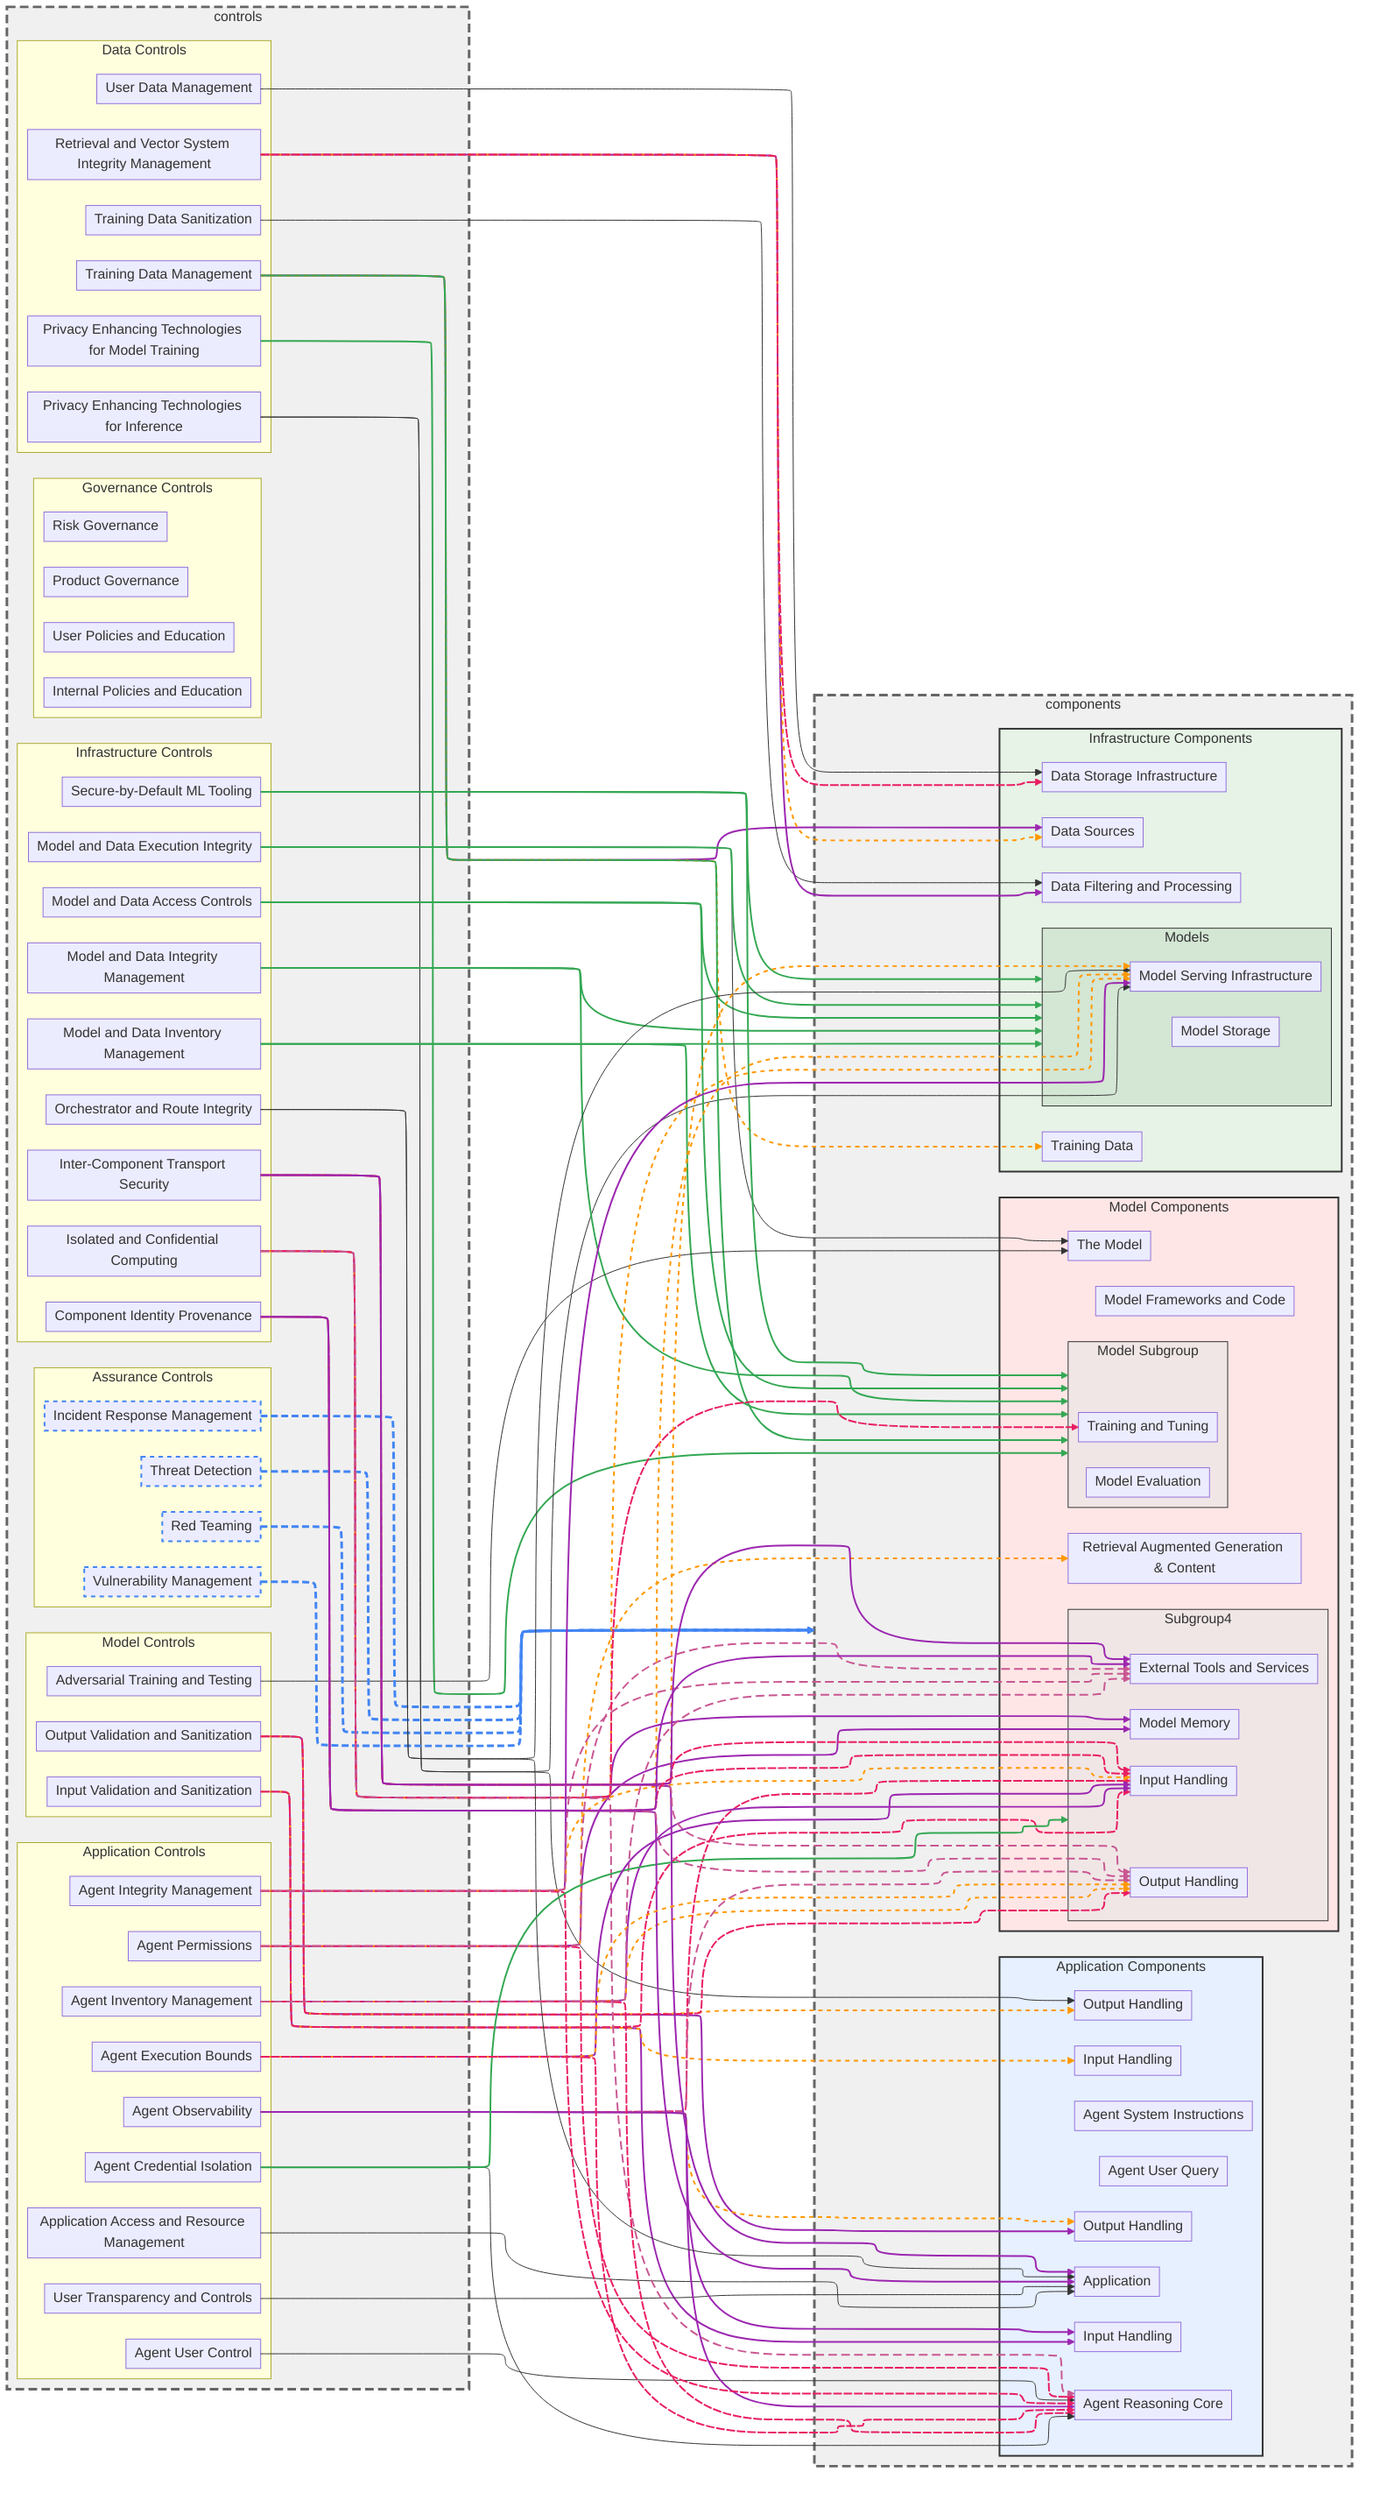
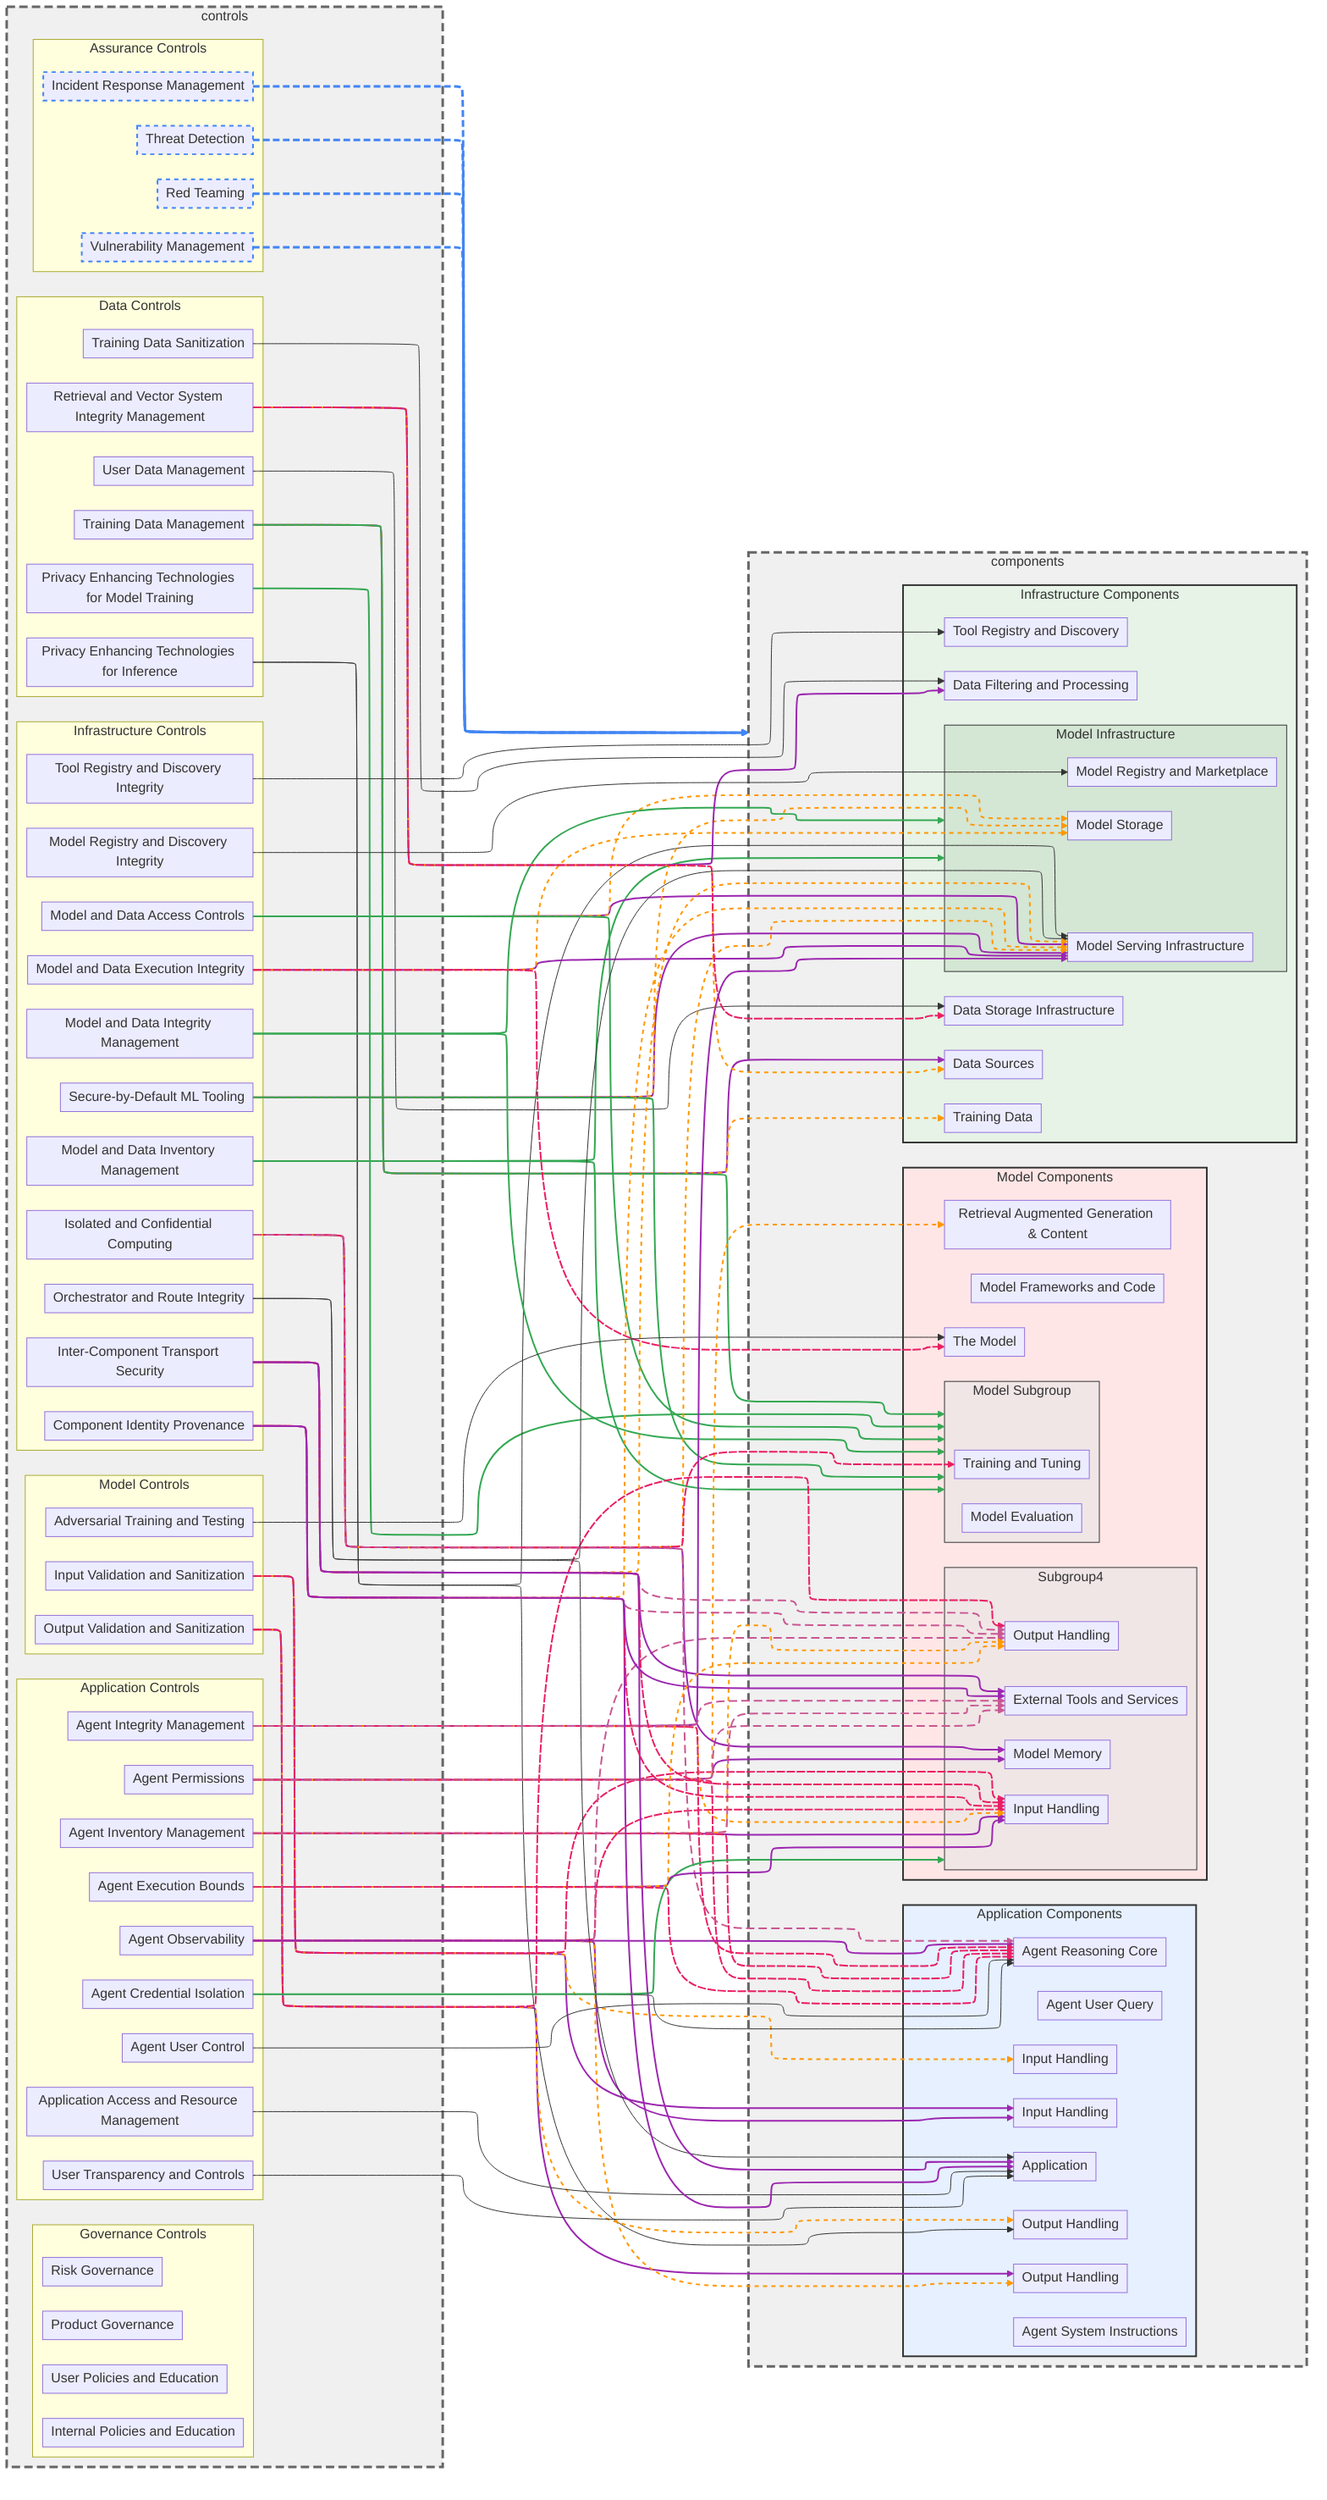
---
config:
  layout: elk
  elk:
    mergeEdges: True
    nodePlacementStrategy: NETWORK_SIMPLEX
---

graph LR
   %%{init: {'flowchart': {'nodeSpacing': 25, 'rankSpacing': 150, 'padding': 5, 'wrappingWidth': 250}}}%%
    classDef hidden display: none;
    classDef allControl stroke:#4285f4,stroke-width:2px,stroke-dasharray: 5 5

    subgraph controls
    subgraph controlsData ["Data Controls"]
        controlModelPrivacyEnhancingTechnologies[Privacy Enhancing Technologies for Model Training]
        controlRetrievalAndVectorSystemIntegrity[Retrieval and Vector System Integrity Management]
        controlRuntimePrivacyEnhancingTechnologies[Privacy Enhancing Technologies for Inference]
        controlTrainingDataManagement[Training Data Management]
        controlTrainingDataSanitization[Training Data Sanitization]
        controlUserDataManagement[User Data Management]
    end

    subgraph controlsInfrastructure ["Infrastructure Controls"]
        controlComponentIdentityProvenance[Component Identity Provenance]
        controlInterComponentTransportSecurity[Inter-Component Transport Security]
        controlIsolatedConfidentialComputing[Isolated and Confidential Computing]
        controlModelAndDataAccessControls[Model and Data Access Controls]
        controlModelAndDataExecutionIntegrity[Model and Data Execution Integrity]
        controlModelAndDataIntegrityManagement[Model and Data Integrity Management]
        controlModelAndDataInventoryManagement[Model and Data Inventory Management]
+         controlModelRegistryIntegrity[Model Registry and Discovery Integrity]
        controlOrchestratorAndRouteIntegrity[Orchestrator and Route Integrity]
        controlSecureByDefaultMLTooling[Secure-by-Default ML Tooling]
+         controlToolRegistryandDiscoveryIntegrity[Tool Registry and Discovery Integrity]
    end

    subgraph controlsModel ["Model Controls"]
        controlAdversarialTrainingAndTesting[Adversarial Training and Testing]
        controlInputValidationAndSanitization[Input Validation and Sanitization]
        controlOutputValidationAndSanitization[Output Validation and Sanitization]
    end

    subgraph controlsApplication ["Application Controls"]
        controlAgentCredentialIsolation[Agent Credential Isolation]
        controlAgentExecutionBounds[Agent Execution Bounds]
        controlAgentIntegrityManagement[Agent Integrity Management]
        controlAgentInventoryManagement[Agent Inventory Management]
        controlAgentObservability[Agent Observability]
        controlAgentPluginPermissions[Agent Permissions]
        controlAgentPluginUserControl[Agent User Control]
        controlApplicationAccessManagement[Application Access and Resource Management]
        controlUserTransparencyAndControls[User Transparency and Controls]
    end

    subgraph controlsAssurance ["Assurance Controls"]
        controlIncidentResponseManagement[Incident Response Management]
        controlRedTeaming[Red Teaming]
        controlThreatDetection[Threat Detection]
        controlVulnerabilityManagement[Vulnerability Management]
    end

    subgraph controlsGovernance ["Governance Controls"]
        direction LR
        controlInternalPoliciesAndEducation[Internal Policies and Education]
        controlProductGovernance[Product Governance]
        controlRiskGovernance[Risk Governance]
        controlUserPoliciesAndEducation[User Policies and Education]
    end

    end

    subgraph components
    subgraph componentsInfrastructure ["Infrastructure Components"]
        componentDataFilteringAndProcessing[Data Filtering and Processing]
        componentDataSources[Data Sources]
        componentDataStorage[Data Storage Infrastructure]
+         componentToolRegistry[Tool Registry and Discovery]
        componentTrainingData[Training Data]
-         subgraph componentsModels ["Models"]
+         subgraph componentsModelInfrastructure ["Model Infrastructure"]
+             componentModelRegistry[Model Registry and Marketplace]
            componentModelServing[Model Serving Infrastructure]
            componentModelStorage[Model Storage]
        end
    end

    subgraph componentsModel ["Model Components"]
        componentModelFrameworksAndCode[Model Frameworks and Code]
        componentRAGContent[Retrieval Augmented Generation & Content]
        componentTheModel[The Model]
        subgraph componentsModelSubgroup ["Model Subgroup"]
            componentModelEvaluation[Model Evaluation]
            componentModelTrainingTuning[Training and Tuning]
        end
        subgraph componentsSubgroup4 ["Subgroup4"]
            componentMemory[Model Memory]
            componentOrchestrationInputHandling[Input Handling]
            componentOrchestrationOutputHandling[Output Handling]
            componentTools[External Tools and Services]
        end
    end

    subgraph componentsApplication ["Application Components"]
        componentAgentInputHandling[Input Handling]
        componentAgentOutputHandling[Output Handling]
        componentAgentSystemInstruction[Agent System Instructions]
        componentAgentUserQuery[Agent User Query]
        componentApplication[Application]
        componentApplicationInputHandling[Input Handling]
        componentApplicationOutputHandling[Output Handling]
        componentReasoningCore[Agent Reasoning Core]
    end

    end

    %% Control to Component relationships
    controlModelPrivacyEnhancingTechnologies --> componentsModelSubgroup
    controlRuntimePrivacyEnhancingTechnologies --> componentApplicationOutputHandling
    controlRuntimePrivacyEnhancingTechnologies --> componentModelServing
    controlTrainingDataManagement --> componentDataSources
    controlTrainingDataManagement --> componentTrainingData
    controlTrainingDataManagement --> componentsModelSubgroup
    controlTrainingDataSanitization --> componentDataFilteringAndProcessing
    controlUserDataManagement --> componentDataStorage
+     controlModelAndDataInventoryManagement --> componentsModelInfrastructure
    controlModelAndDataInventoryManagement --> componentsModelSubgroup
-     controlModelAndDataInventoryManagement --> componentsModels
+     controlModelAndDataAccessControls --> componentModelServing
+     controlModelAndDataAccessControls --> componentModelStorage
    controlModelAndDataAccessControls --> componentsModelSubgroup
-     controlModelAndDataAccessControls --> componentsModels
+     controlModelAndDataIntegrityManagement --> componentsModelInfrastructure
    controlModelAndDataIntegrityManagement --> componentsModelSubgroup
-     controlModelAndDataIntegrityManagement --> componentsModels
+     controlModelAndDataExecutionIntegrity --> componentModelServing
+     controlModelAndDataExecutionIntegrity --> componentModelStorage
    controlModelAndDataExecutionIntegrity --> componentTheModel
-     controlModelAndDataExecutionIntegrity --> componentsModels
+     controlSecureByDefaultMLTooling --> componentModelServing
+     controlSecureByDefaultMLTooling --> componentModelStorage
    controlSecureByDefaultMLTooling --> componentsModelSubgroup
-     controlSecureByDefaultMLTooling --> componentsModels
    controlInputValidationAndSanitization --> componentAgentInputHandling
    controlInputValidationAndSanitization --> componentApplicationInputHandling
    controlInputValidationAndSanitization --> componentOrchestrationInputHandling
    controlOutputValidationAndSanitization --> componentAgentOutputHandling
    controlOutputValidationAndSanitization --> componentApplicationOutputHandling
    controlOutputValidationAndSanitization --> componentOrchestrationOutputHandling
    controlAdversarialTrainingAndTesting --> componentTheModel
    controlApplicationAccessManagement --> componentApplication
    controlUserTransparencyAndControls --> componentApplication
    controlAgentPluginUserControl --> componentReasoningCore
    controlAgentPluginPermissions --> componentMemory
    controlAgentPluginPermissions --> componentRAGContent
    controlAgentPluginPermissions --> componentReasoningCore
    controlAgentPluginPermissions --> componentTools
    controlRedTeaming -.-> components
    controlVulnerabilityManagement -.-> components
    controlThreatDetection -.-> components
    controlIncidentResponseManagement -.-> components
    controlAgentObservability --> componentAgentInputHandling
    controlAgentObservability --> componentAgentOutputHandling
    controlAgentObservability --> componentOrchestrationInputHandling
    controlAgentObservability --> componentOrchestrationOutputHandling
    controlAgentObservability --> componentReasoningCore
    controlIsolatedConfidentialComputing --> componentMemory
    controlIsolatedConfidentialComputing --> componentModelServing
    controlIsolatedConfidentialComputing --> componentModelTrainingTuning
    controlIsolatedConfidentialComputing --> componentReasoningCore
    controlRetrievalAndVectorSystemIntegrity --> componentDataFilteringAndProcessing
    controlRetrievalAndVectorSystemIntegrity --> componentDataSources
    controlRetrievalAndVectorSystemIntegrity --> componentDataStorage
    controlOrchestratorAndRouteIntegrity --> componentApplication
    controlOrchestratorAndRouteIntegrity --> componentModelServing
    controlAgentInventoryManagement --> componentOrchestrationInputHandling
    controlAgentInventoryManagement --> componentOrchestrationOutputHandling
    controlAgentInventoryManagement --> componentReasoningCore
    controlAgentInventoryManagement --> componentTools
    controlAgentIntegrityManagement --> componentModelServing
    controlAgentIntegrityManagement --> componentOrchestrationInputHandling
    controlAgentIntegrityManagement --> componentReasoningCore
    controlAgentIntegrityManagement --> componentTools
    controlAgentCredentialIsolation --> componentReasoningCore
    controlAgentCredentialIsolation --> componentsSubgroup4
    controlInterComponentTransportSecurity --> componentApplication
    controlInterComponentTransportSecurity --> componentModelServing
    controlInterComponentTransportSecurity --> componentOrchestrationInputHandling
    controlInterComponentTransportSecurity --> componentOrchestrationOutputHandling
    controlInterComponentTransportSecurity --> componentTools
    controlComponentIdentityProvenance --> componentApplication
    controlComponentIdentityProvenance --> componentModelServing
    controlComponentIdentityProvenance --> componentOrchestrationInputHandling
    controlComponentIdentityProvenance --> componentOrchestrationOutputHandling
    controlComponentIdentityProvenance --> componentTools
    controlAgentExecutionBounds --> componentOrchestrationInputHandling
    controlAgentExecutionBounds --> componentOrchestrationOutputHandling
    controlAgentExecutionBounds --> componentReasoningCore
+     controlModelRegistryIntegrity --> componentModelRegistry
+     controlToolRegistryandDiscoveryIntegrity --> componentToolRegistry

    %% Apply styling to controls mapped to 'all'
    controlIncidentResponseManagement:::allControl
    controlRedTeaming:::allControl
    controlThreatDetection:::allControl
    controlVulnerabilityManagement:::allControl

    %% Edge styling
-     linkStyle 32,33,34,35 stroke:#4285f4,stroke-width:3px,stroke-dasharray: 8 4
-     linkStyle 0,5,8,9,10,11,12,13,15,16,17,59 stroke:#34a853,stroke-width:2px
-     linkStyle 3,18,21,28,36,40,41,45,50,54,60,64,65,69,70 stroke:#9c27b0,stroke-width:2px
-     linkStyle 4,19,22,29,37,42,46,51,55,61,66,71 stroke:#ff9800,stroke-width:2px,stroke-dasharray: 5 5
-     linkStyle 20,23,30,38,43,47,52,56,62,67,72 stroke:#e91e63,stroke-width:2px,stroke-dasharray: 10 2
-     linkStyle 31,39,44,53,57,63,68 stroke:#C95792,stroke-width:2px,stroke-dasharray: 10 5
+     linkStyle 35,36,37,38 stroke:#4285f4,stroke-width:3px,stroke-dasharray: 8 4
+     linkStyle 0,5,8,9,12,13,14,20,62 stroke:#34a853,stroke-width:2px
+     linkStyle 3,10,15,18,21,24,31,39,43,44,48,53,57,63,67,68,72,73 stroke:#9c27b0,stroke-width:2px
+     linkStyle 4,11,16,19,22,25,32,40,45,49,54,58,64,69,74 stroke:#ff9800,stroke-width:2px,stroke-dasharray: 5 5
+     linkStyle 17,23,26,33,41,46,50,55,59,65,70,75 stroke:#e91e63,stroke-width:2px,stroke-dasharray: 10 2
+     linkStyle 34,42,47,56,60,66,71 stroke:#C95792,stroke-width:2px,stroke-dasharray: 10 5

%% Node style definitions
    style components fill:#f0f0f0,stroke:#666666,stroke-width:3px,stroke-dasharray: 10 5
    style controls fill:#f0f0f0,stroke:#666666,stroke-width:3px,stroke-dasharray: 10 5
    style componentsInfrastructure fill:#e6f3e6,stroke:#333333,stroke-width:2px
    style componentsApplication fill:#e6f0ff,stroke:#333333,stroke-width:2px
    style componentsModel fill:#ffe6e6,stroke:#333333,stroke-width:2px
-     style componentsModels fill:#d4e6d4,stroke:#333,stroke-width:1px
+     style componentsModelInfrastructure fill:#d4e6d4,stroke:#333,stroke-width:1px
    style componentsModelSubgroup fill:#f0e6e6,stroke:#333,stroke-width:1px
    style componentsSubgroup4 fill:#f0e6e6,stroke:#333,stroke-width:1px
